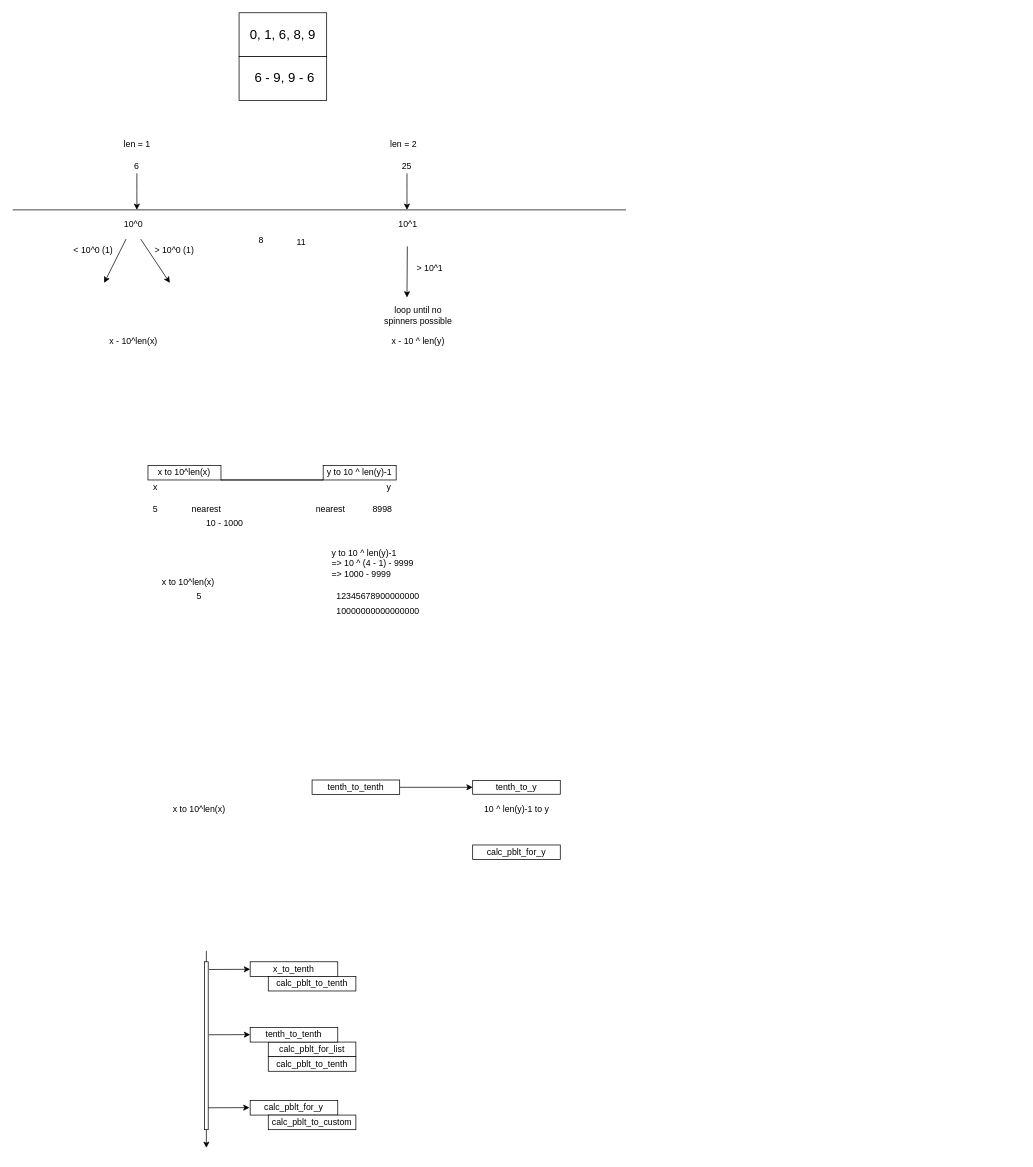
Above: 3kyu/plan.drawio in 0x0leon/codewars (draw.io), before the change. Source tidied: cells renumbered, new cells numbered last; positions are measured from the earlier drawing's top-left corner, leaving out a move shared by most shapes. Both pictures are drawn from the tidied source at 73%, with x=0, y=0 at pixel (12, 12).
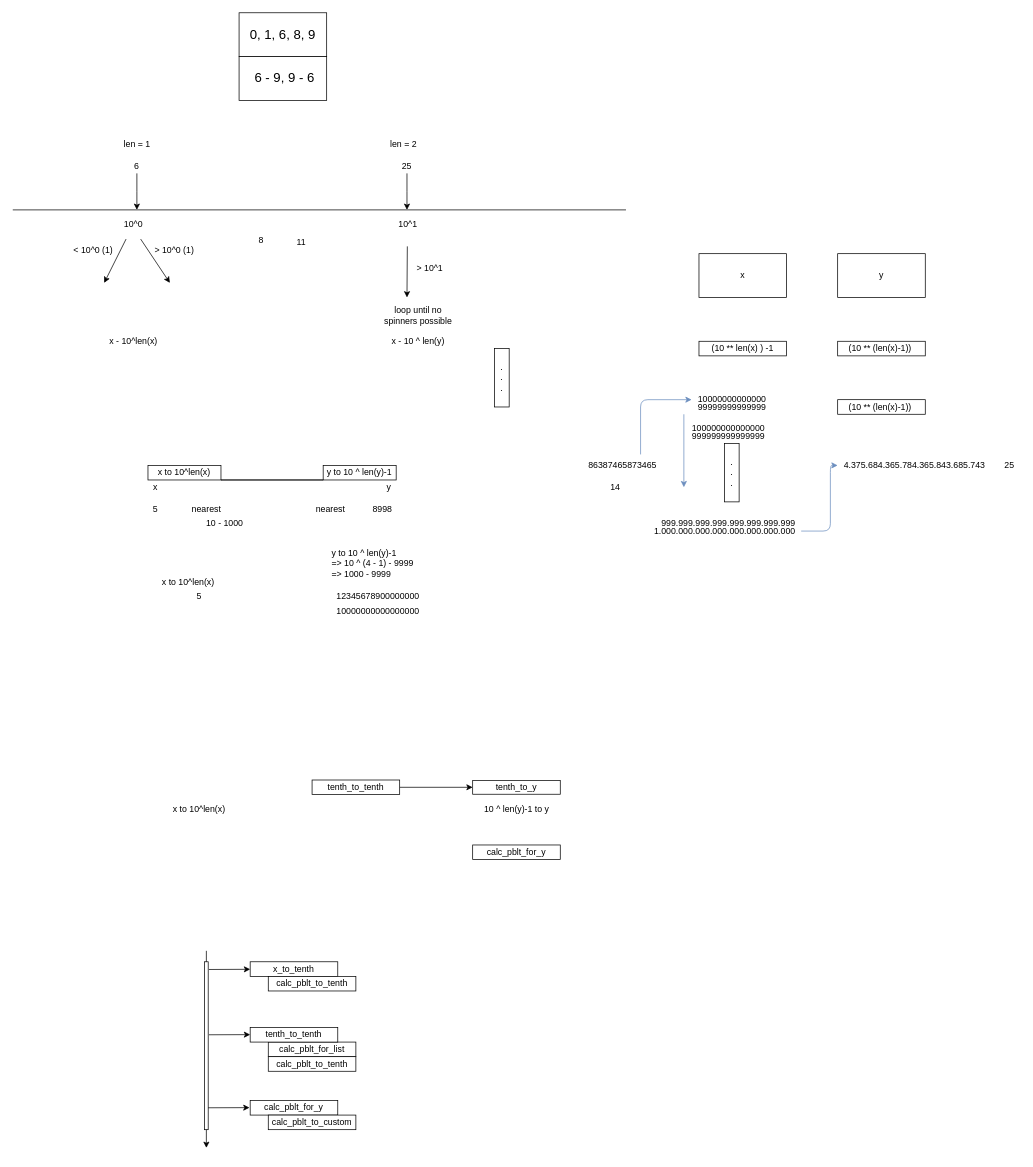
Above is the later version.

Diff of the diagram source:
```diff
@@
+    <mxCell id="58" value="(10 ** len(x) ) -1" style="rounded=0;whiteSpace=wrap;html=1;" parent="1" vertex="1">
+      <mxGeometry x="940" y="450" width="120" height="20" as="geometry" />
+    </mxCell>
+    <mxCell id="59" value="86387465873465" style="text;html=1;align=center;verticalAlign=middle;strokeColor=none;fillColor=none;" parent="1" vertex="1">
+      <mxGeometry x="780" y="610" width="110" height="20" as="geometry" />
+    </mxCell>
+    <mxCell id="60" value="4.375.684.365.784.365.843.685.743" style="text;html=1;align=center;verticalAlign=middle;points=[];strokeColor=none;fillColor=none;" parent="1" vertex="1">
+      <mxGeometry x="1130" y="610" width="210" height="20" as="geometry" />
+    </mxCell>
+    <mxCell id="61" value="x" style="whiteSpace=wrap;html=1;" parent="1" vertex="1">
+      <mxGeometry x="940" y="330" width="120" height="60" as="geometry" />
+    </mxCell>
+    <mxCell id="62" value="y" style="whiteSpace=wrap;html=1;" parent="1" vertex="1">
+      <mxGeometry x="1130" y="330" width="120" height="60" as="geometry" />
+    </mxCell>
+    <mxCell id="63" value="25" style="text;html=1;align=center;verticalAlign=middle;strokeColor=none;fillColor=none;" parent="1" vertex="1">
+      <mxGeometry x="1350" y="610" width="30" height="20" as="geometry" />
+    </mxCell>
+    <mxCell id="64" value="14" style="text;html=1;align=center;verticalAlign=middle;strokeColor=none;fillColor=none;" parent="1" vertex="1">
+      <mxGeometry x="810" y="640" width="30" height="20" as="geometry" />
+    </mxCell>
+    <mxCell id="65" value="(10 ** (len(x)-1))&amp;nbsp;" style="rounded=0;whiteSpace=wrap;html=1;" parent="1" vertex="1">
+      <mxGeometry x="1130" y="530" width="120" height="20" as="geometry" />
+    </mxCell>
+    <mxCell id="66" value="(10 ** (len(x)-1))&amp;nbsp;" style="rounded=0;whiteSpace=wrap;html=1;" parent="1" vertex="1">
+      <mxGeometry x="1130" y="450" width="120" height="20" as="geometry" />
+    </mxCell>
+    <mxCell id="67" value="1.000.000.000.000.000.000.000.000" style="text;html=1;align=center;verticalAlign=middle;points=[];strokeColor=none;fillColor=none;" parent="1" vertex="1">
+      <mxGeometry x="870" y="700" width="210" height="20" as="geometry" />
+    </mxCell>
+    <mxCell id="68" value="99999999999999" style="text;html=1;align=center;verticalAlign=middle;strokeColor=none;fillColor=none;" parent="1" vertex="1">
+      <mxGeometry x="930" y="530" width="110" height="20" as="geometry" />
+    </mxCell>
+    <mxCell id="69" value="999999999999999" style="text;html=1;align=center;verticalAlign=middle;strokeColor=none;fillColor=none;" parent="1" vertex="1">
+      <mxGeometry x="920" y="570" width="120" height="20" as="geometry" />
+    </mxCell>
+    <mxCell id="70" value="10000000000000" style="text;html=1;align=center;verticalAlign=middle;points=[];strokeColor=none;fillColor=none;" parent="1" vertex="1">
+      <mxGeometry x="930" y="520" width="110" height="20" as="geometry" />
+    </mxCell>
+    <mxCell id="71" value="100000000000000" style="text;html=1;align=center;verticalAlign=middle;strokeColor=none;fillColor=none;" parent="1" vertex="1">
+      <mxGeometry x="920" y="560" width="120" height="20" as="geometry" />
+    </mxCell>
+    <mxCell id="72" value=".&lt;br&gt;.&lt;br&gt;.&lt;br&gt;" style="whiteSpace=wrap;html=1;" parent="1" vertex="1">
+      <mxGeometry x="660" y="460" width="20" height="80" as="geometry" />
+    </mxCell>
+    <mxCell id="73" value=".&lt;br&gt;.&lt;br&gt;.&lt;br&gt;" style="whiteSpace=wrap;html=1;" parent="1" vertex="1">
+      <mxGeometry x="975" y="590" width="20" height="80" as="geometry" />
+    </mxCell>
+    <mxCell id="74" value="999.999.999.999.999.999.999.999" style="text;html=1;align=center;verticalAlign=middle;strokeColor=none;fillColor=none;" parent="1" vertex="1">
+      <mxGeometry x="880" y="690" width="200" height="20" as="geometry" />
+    </mxCell>
+    <mxCell id="75" style="endArrow=classic;html=1;fillColor=#dae8fc;strokeColor=#6c8ebf;" parent="1" edge="1" target="70">
+      <mxGeometry relative="1" as="geometry">
+        <mxPoint x="860" y="605" as="sourcePoint" />
+        <Array as="points">
+          <mxPoint x="860" y="530" />
+        </Array>
+      </mxGeometry>
+    </mxCell>
+    <mxCell id="76" style="endArrow=classic;html=1;fillColor=#dae8fc;strokeColor=#6c8ebf;" parent="1" edge="1">
+      <mxGeometry relative="1" as="geometry">
+        <mxPoint x="919.3" y="550" as="sourcePoint" />
+        <mxPoint x="919.3" y="650" as="targetPoint" />
+      </mxGeometry>
+    </mxCell>
+    <mxCell id="77" style="endArrow=classic;html=1;fillColor=#dae8fc;strokeColor=#6c8ebf;" parent="1" edge="1" source="67" target="60">
+      <mxGeometry relative="1" as="geometry">
+        <Array as="points">
+          <mxPoint x="1120" y="710" />
+          <mxPoint x="1120" y="620" />
+        </Array>
+      </mxGeometry>
+    </mxCell>
```
